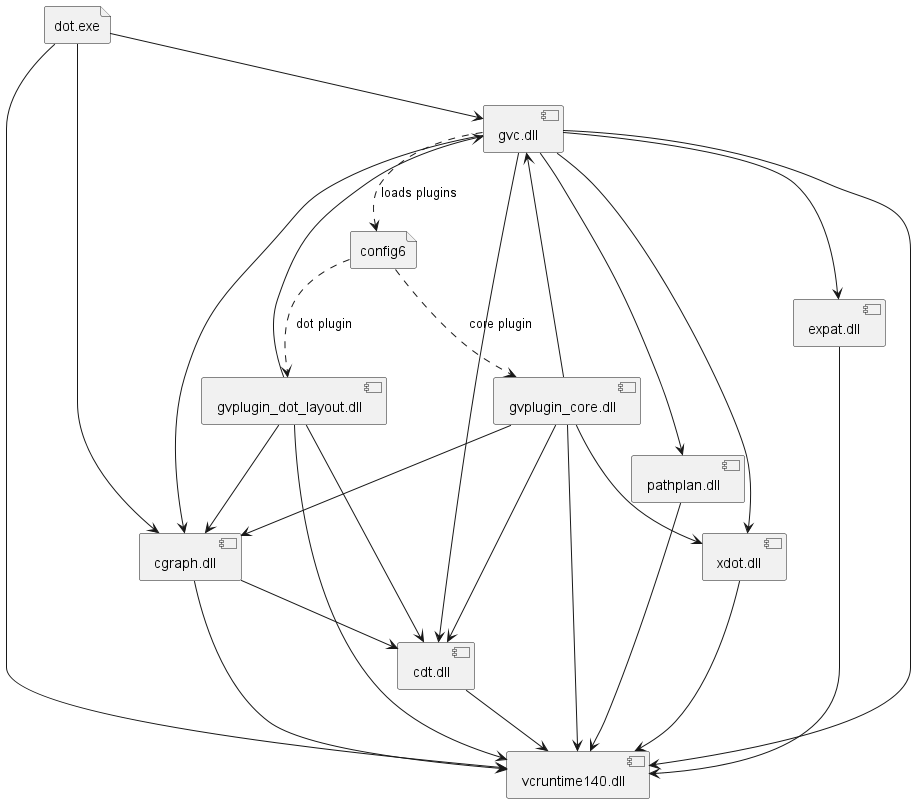
Before: GraphViz_Dependencies.png, a diagram exported from PlantUML (plantuml/graphviz-distributions).
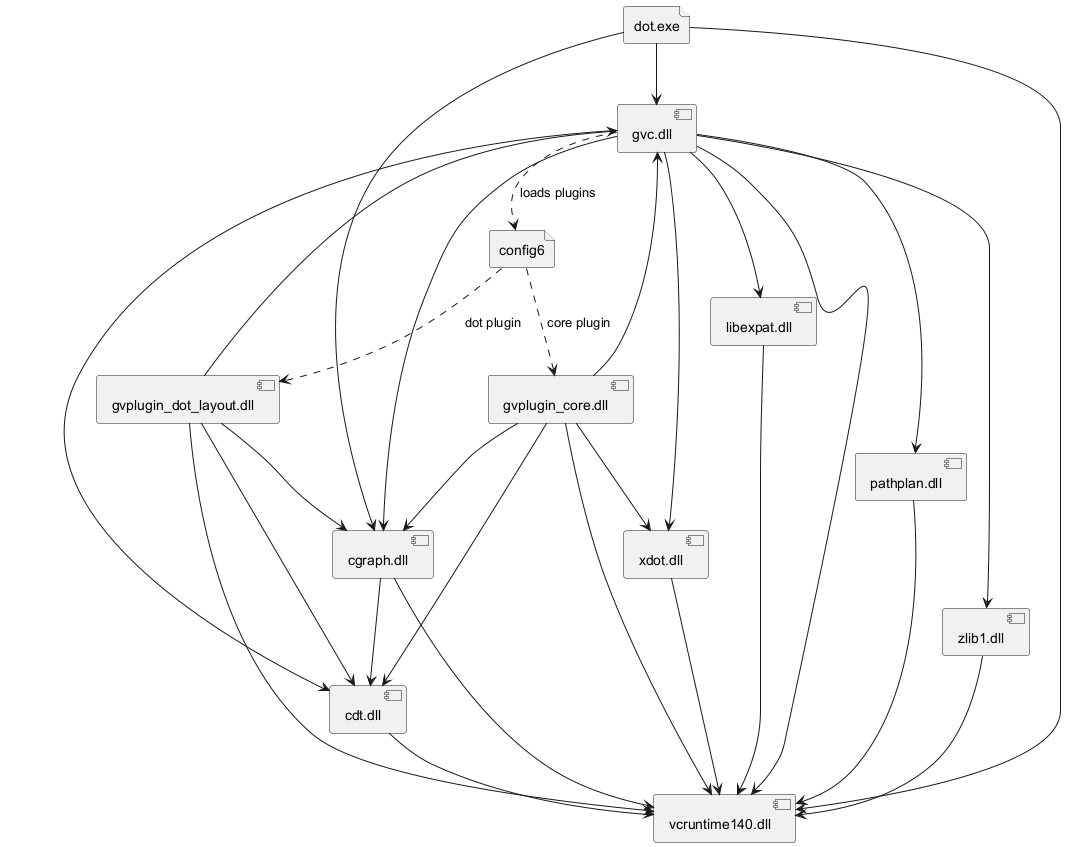
Above is the later version.

Change to the diagram source:
```diff
@@ -3,13 +3,14 @@
 file dot.exe
 component gvc.dll
 component gvplugin_dot_layout.dll
-component expat.dll
+component libexpat.dll
 component gvplugin_core.dll
 component vcruntime140.dll
 component cgraph.dll
 component pathplan.dll
 component xdot.dll
 component cdt.dll
+component zlib1.dll
 file config6
 
 dot.exe --> gvc.dll
@@ -19,7 +20,8 @@
 gvc.dll --> cgraph.dll
 gvc.dll --> pathplan.dll
 gvc.dll --> xdot.dll
-gvc.dll --> expat.dll
+gvc.dll --> libexpat.dll
+gvc.dll --> zlib1.dll
 gvc.dll --> cdt.dll
 gvc.dll --> vcruntime140.dll
 gvc.dll ..> config6 : loads plugins
@@ -28,7 +30,7 @@
 cgraph.dll --> cdt.dll
 cgraph.dll --> vcruntime140.dll
 
-expat.dll --> vcruntime140.dll
+libexpat.dll --> vcruntime140.dll
 
 pathplan.dll --> vcruntime140.dll
 
@@ -48,5 +50,6 @@
 gvplugin_dot_layout.dll --> vcruntime140.dll
 config6 ..> gvplugin_dot_layout.dll : dot plugin
 
+zlib1.dll --> vcruntime140.dll
 
 @enduml
```
